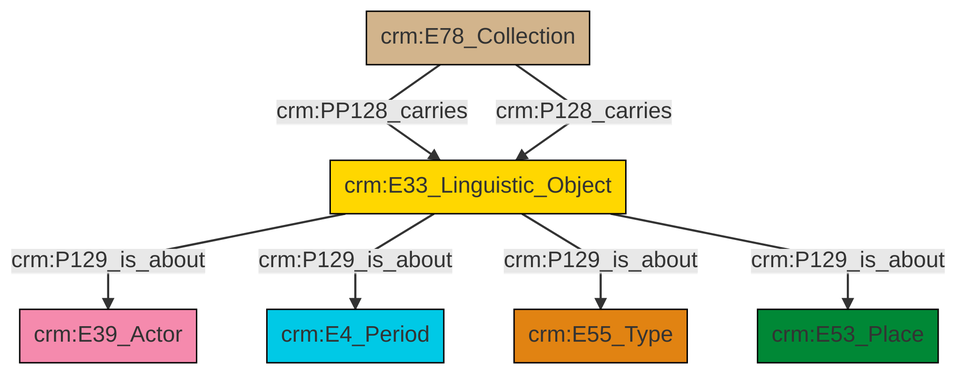
swiss-art-research-net/docs.swissartresearch keeps this Mermaid diagram as et/archivalCSV/ttl/mmd/png/archival_aboutness.png. Above is the earlier version. Its source is kept beside it as et/archivalCSV/ttl/mmd/archival_aboutness.ttl.mmd.
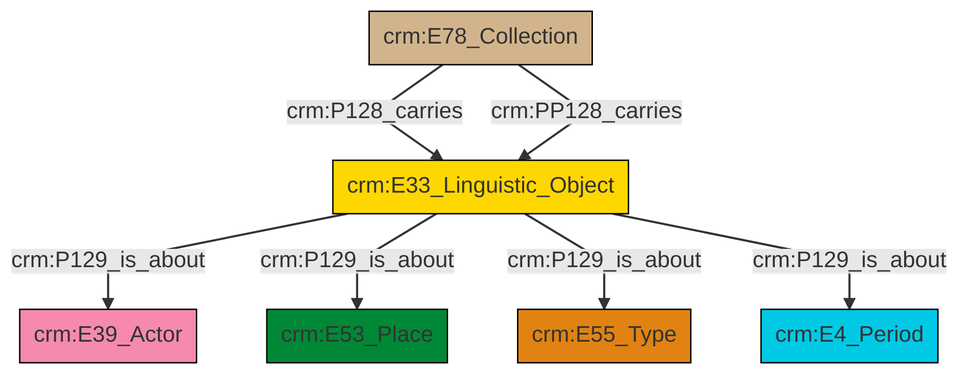
The same file after the commit.

Change to the diagram source:
```diff
@@ -13,9 +13,9 @@
 classDef PC_Classes fill:#4ce600, stroke:#000000;
 classDef Multi fill:#cccccc,stroke:#000000;
 
-0["crm:E78_Collection"]:::Physical_Thing -->|crm:PP128_carries| 4["crm:E33_Linguistic_Object"]:::Conceptual_Object
-4["crm:E33_Linguistic_Object"]:::Conceptual_Object -->|crm:P129_is_about| 5["crm:E39_Actor"]:::Actor
-0["crm:E78_Collection"]:::Physical_Thing -->|crm:P128_carries| 4["crm:E33_Linguistic_Object"]:::Conceptual_Object
-4["crm:E33_Linguistic_Object"]:::Conceptual_Object -->|crm:P129_is_about| 10["crm:E4_Period"]:::Temporal_Entity
-4["crm:E33_Linguistic_Object"]:::Conceptual_Object -->|crm:P129_is_about| 7["crm:E55_Type"]:::Type
-4["crm:E33_Linguistic_Object"]:::Conceptual_Object -->|crm:P129_is_about| 2["crm:E53_Place"]:::Place
+0["crm:E33_Linguistic_Object"]:::Conceptual_Object -->|crm:P129_is_about| 1["crm:E39_Actor"]:::Actor
+0["crm:E33_Linguistic_Object"]:::Conceptual_Object -->|crm:P129_is_about| 2["crm:E53_Place"]:::Place
+7["crm:E78_Collection"]:::Physical_Thing -->|crm:P128_carries| 0["crm:E33_Linguistic_Object"]:::Conceptual_Object
+7["crm:E78_Collection"]:::Physical_Thing -->|crm:PP128_carries| 0["crm:E33_Linguistic_Object"]:::Conceptual_Object
+0["crm:E33_Linguistic_Object"]:::Conceptual_Object -->|crm:P129_is_about| 8["crm:E55_Type"]:::Type
+0["crm:E33_Linguistic_Object"]:::Conceptual_Object -->|crm:P129_is_about| 4["crm:E4_Period"]:::Temporal_Entity
```
